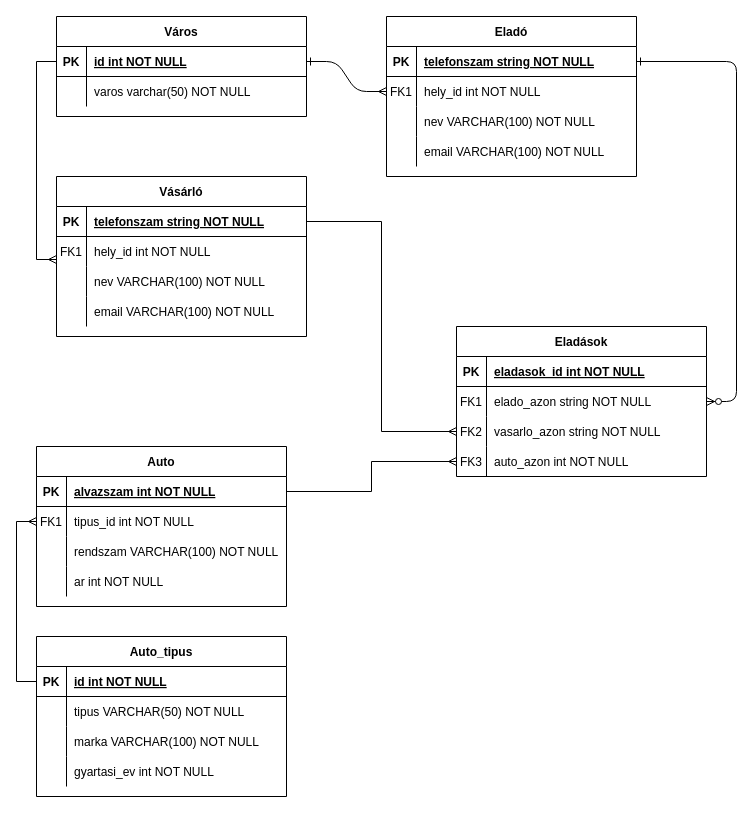
Above: asf.drawio in MurarBalint/IKT_Adatbazis (draw.io), before the change. Source tidied: cells renumbered, new cells numbered last; positions are measured from the earlier drawing's top-left corner, leaving out a move shared by most shapes. Both pictures are drawn from the tidied source at 100%, with x=0, y=0 at pixel (36, 16).
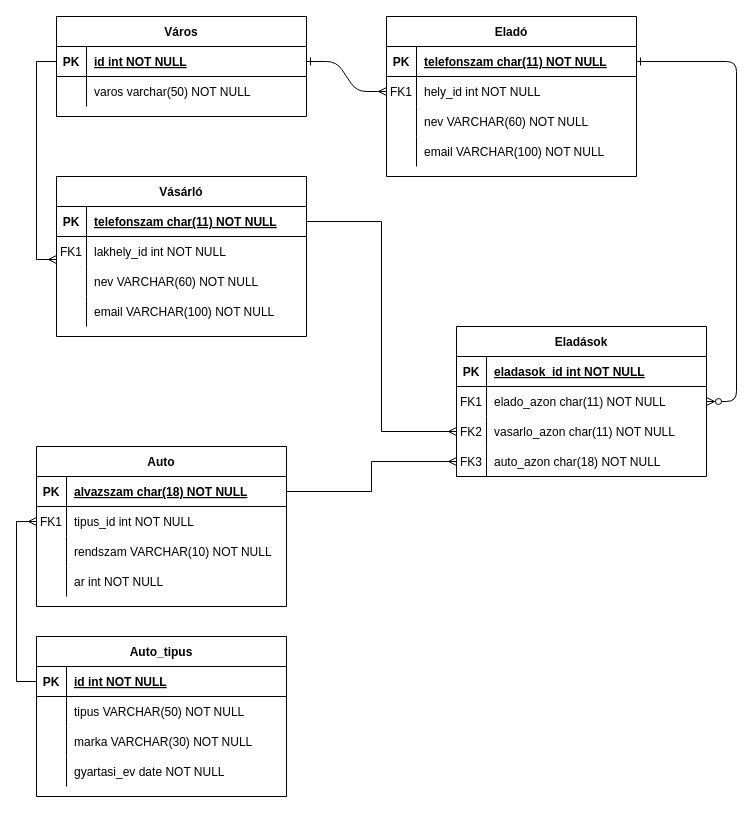
After the change.

The change refers to these unchanged cells:
```xml
<mxCell id="5" style="shape=partialRectangle;fillColor=none;points=[[0,0.5],[1,0.5]];portConstraint=eastwest;top=0;left=0;right=0;bottom=1;" parent="4" vertex="1">
  <mxGeometry y="30" width="250" height="30" as="geometry" />
</mxCell>
<mxCell id="11" style="shape=partialRectangle;fillColor=none;top=0;left=0;right=0;bottom=0;" parent="4" vertex="1">
  <mxGeometry y="90" width="250" height="30" as="geometry" />
</mxCell>
<mxCell id="21" style="shape=partialRectangle;fillColor=none;points=[[0,0.5],[1,0.5]];portConstraint=eastwest;top=0;left=0;right=0;bottom=0;" parent="17" vertex="1">
  <mxGeometry y="60" width="250" height="30" as="geometry" />
</mxCell>
<mxCell id="24" style="shape=partialRectangle;fillColor=none;points=[[0,0.5],[1,0.5]];portConstraint=eastwest;top=0;left=0;right=0;bottom=0;" parent="17" vertex="1">
  <mxGeometry y="90" width="250" height="30" as="geometry" />
</mxCell>
<mxCell id="27" style="shape=partialRectangle;fillColor=none;points=[[0,0.5],[1,0.5]];portConstraint=eastwest;top=0;left=0;right=0;bottom=0;" parent="17" vertex="1">
  <mxGeometry y="120" width="250" height="30" as="geometry" />
</mxCell>
<mxCell id="38" style="shape=partialRectangle;fillColor=none;points=[[0,0.5],[1,0.5]];portConstraint=eastwest;top=0;left=0;right=0;bottom=1;" parent="37" vertex="1">
  <mxGeometry y="30" width="250" height="30" as="geometry" />
</mxCell>
<mxCell id="41" style="shape=partialRectangle;fillColor=none;points=[[0,0.5],[1,0.5]];portConstraint=eastwest;top=0;left=0;right=0;bottom=0;" parent="37" vertex="1">
  <mxGeometry y="60" width="250" height="30" as="geometry" />
</mxCell>
<mxCell id="44" style="shape=partialRectangle;fillColor=none;top=0;left=0;right=0;bottom=0;" parent="37" vertex="1">
  <mxGeometry y="90" width="250" height="30" as="geometry" />
</mxCell>
<mxCell id="53" style="shape=partialRectangle;fillColor=none;points=[[0,0.5],[1,0.5]];portConstraint=eastwest;top=0;left=0;right=0;bottom=1;" parent="52" vertex="1">
  <mxGeometry y="30" width="250" height="30" as="geometry" />
</mxCell>
<mxCell id="59" style="shape=partialRectangle;fillColor=none;top=0;left=0;right=0;bottom=0;" parent="52" vertex="1">
  <mxGeometry y="90" width="250" height="30" as="geometry" />
</mxCell>
<mxCell id="73" style="shape=partialRectangle;fillColor=none;top=0;left=0;right=0;bottom=0;" parent="66" vertex="1">
  <mxGeometry y="90" width="250" height="30" as="geometry" />
</mxCell>
<mxCell id="76" style="shape=partialRectangle;fillColor=none;top=0;left=0;right=0;bottom=0;" parent="66" vertex="1">
  <mxGeometry y="120" width="250" height="30" as="geometry" />
</mxCell>
```

The edit, as a diff of the source:
```diff
@@
-    <mxCell id="7" value="telefonszam string NOT NULL" style="shape=partialRectangle;overflow=hidden;fillColor=none;top=0;left=0;bottom=0;right=0;align=left;spacingLeft=6;fontStyle=5;" parent="5" vertex="1">
+    <mxCell id="7" value="telefonszam char(11) NOT NULL" style="shape=partialRectangle;overflow=hidden;fillColor=none;top=0;left=0;bottom=0;right=0;align=left;spacingLeft=6;fontStyle=5;" parent="5" vertex="1">
       <mxGeometry x="30" width="220" height="30" as="geometry" />
     </mxCell>
@@
-    <mxCell id="13" value="nev VARCHAR(100) NOT NULL" style="shape=partialRectangle;overflow=hidden;fillColor=none;top=0;left=0;bottom=0;right=0;align=left;spacingLeft=6;" parent="11" vertex="1">
+    <mxCell id="13" value="nev VARCHAR(60) NOT NULL" style="shape=partialRectangle;overflow=hidden;fillColor=none;top=0;left=0;bottom=0;right=0;align=left;spacingLeft=6;" parent="11" vertex="1">
       <mxGeometry x="30" width="220" height="30" as="geometry" />
     </mxCell>
@@
-    <mxCell id="23" value="elado_azon string NOT NULL" style="shape=partialRectangle;overflow=hidden;fillColor=none;top=0;left=0;bottom=0;right=0;align=left;spacingLeft=6;" parent="21" vertex="1">
+    <mxCell id="23" value="elado_azon char(11) NOT NULL" style="shape=partialRectangle;overflow=hidden;fillColor=none;top=0;left=0;bottom=0;right=0;align=left;spacingLeft=6;" parent="21" vertex="1">
       <mxGeometry x="30" width="220" height="30" as="geometry" />
     </mxCell>
@@
-    <mxCell id="26" value="vasarlo_azon string NOT NULL" style="shape=partialRectangle;overflow=hidden;fillColor=none;top=0;left=0;bottom=0;right=0;align=left;spacingLeft=6;" parent="24" vertex="1">
+    <mxCell id="26" value="vasarlo_azon char(11) NOT NULL" style="shape=partialRectangle;overflow=hidden;fillColor=none;top=0;left=0;bottom=0;right=0;align=left;spacingLeft=6;" parent="24" vertex="1">
       <mxGeometry x="30" width="220" height="30" as="geometry" />
     </mxCell>
@@
-    <mxCell id="29" value="auto_azon int NOT NULL" style="shape=partialRectangle;overflow=hidden;fillColor=none;top=0;left=0;bottom=0;right=0;align=left;spacingLeft=6;" parent="27" vertex="1">
+    <mxCell id="29" value="auto_azon char(18) NOT NULL" style="shape=partialRectangle;overflow=hidden;fillColor=none;top=0;left=0;bottom=0;right=0;align=left;spacingLeft=6;" parent="27" vertex="1">
       <mxGeometry x="30" width="220" height="30" as="geometry" />
     </mxCell>
@@
-    <mxCell id="40" value="telefonszam string NOT NULL" style="shape=partialRectangle;overflow=hidden;fillColor=none;top=0;left=0;bottom=0;right=0;align=left;spacingLeft=6;fontStyle=5;" parent="38" vertex="1">
+    <mxCell id="40" value="telefonszam char(11) NOT NULL" style="shape=partialRectangle;overflow=hidden;fillColor=none;top=0;left=0;bottom=0;right=0;align=left;spacingLeft=6;fontStyle=5;" parent="38" vertex="1">
       <mxGeometry x="30" width="220" height="30" as="geometry" />
     </mxCell>
@@
-    <mxCell id="43" value="hely_id int NOT NULL" style="shape=partialRectangle;overflow=hidden;fillColor=none;top=0;left=0;bottom=0;right=0;align=left;spacingLeft=6;" parent="41" vertex="1">
+    <mxCell id="43" value="lakhely_id int NOT NULL" style="shape=partialRectangle;overflow=hidden;fillColor=none;top=0;left=0;bottom=0;right=0;align=left;spacingLeft=6;" parent="41" vertex="1">
       <mxGeometry x="30" width="220" height="30" as="geometry" />
     </mxCell>
@@
-    <mxCell id="46" value="nev VARCHAR(100) NOT NULL" style="shape=partialRectangle;overflow=hidden;fillColor=none;top=0;left=0;bottom=0;right=0;align=left;spacingLeft=6;" parent="44" vertex="1">
+    <mxCell id="46" value="nev VARCHAR(60) NOT NULL" style="shape=partialRectangle;overflow=hidden;fillColor=none;top=0;left=0;bottom=0;right=0;align=left;spacingLeft=6;" parent="44" vertex="1">
       <mxGeometry x="30" width="220" height="30" as="geometry" />
     </mxCell>
@@
-    <mxCell id="55" value="alvazszam int NOT NULL" style="shape=partialRectangle;overflow=hidden;fillColor=none;top=0;left=0;bottom=0;right=0;align=left;spacingLeft=6;fontStyle=5;" parent="53" vertex="1">
+    <mxCell id="55" value="alvazszam char(18) NOT NULL" style="shape=partialRectangle;overflow=hidden;fillColor=none;top=0;left=0;bottom=0;right=0;align=left;spacingLeft=6;fontStyle=5;" parent="53" vertex="1">
       <mxGeometry x="30" width="220" height="30" as="geometry" />
     </mxCell>
@@
-    <mxCell id="61" value="rendszam VARCHAR(100) NOT NULL" style="shape=partialRectangle;overflow=hidden;fillColor=none;top=0;left=0;bottom=0;right=0;align=left;spacingLeft=6;" parent="59" vertex="1">
+    <mxCell id="61" value="rendszam VARCHAR(10) NOT NULL" style="shape=partialRectangle;overflow=hidden;fillColor=none;top=0;left=0;bottom=0;right=0;align=left;spacingLeft=6;" parent="59" vertex="1">
       <mxGeometry x="30" width="220" height="30" as="geometry" />
     </mxCell>
@@
-    <mxCell id="75" value="marka VARCHAR(100) NOT NULL" style="shape=partialRectangle;overflow=hidden;fillColor=none;top=0;left=0;bottom=0;right=0;align=left;spacingLeft=6;" parent="73" vertex="1">
+    <mxCell id="75" value="marka VARCHAR(30) NOT NULL" style="shape=partialRectangle;overflow=hidden;fillColor=none;top=0;left=0;bottom=0;right=0;align=left;spacingLeft=6;" parent="73" vertex="1">
       <mxGeometry x="30" width="220" height="30" as="geometry" />
     </mxCell>
@@
-    <mxCell id="78" value="gyartasi_ev int NOT NULL" style="shape=partialRectangle;overflow=hidden;fillColor=none;top=0;left=0;bottom=0;right=0;align=left;spacingLeft=6;" parent="76" vertex="1">
+    <mxCell id="78" value="gyartasi_ev date NOT NULL" style="shape=partialRectangle;overflow=hidden;fillColor=none;top=0;left=0;bottom=0;right=0;align=left;spacingLeft=6;" parent="76" vertex="1">
       <mxGeometry x="30" width="220" height="30" as="geometry" />
     </mxCell>
```
